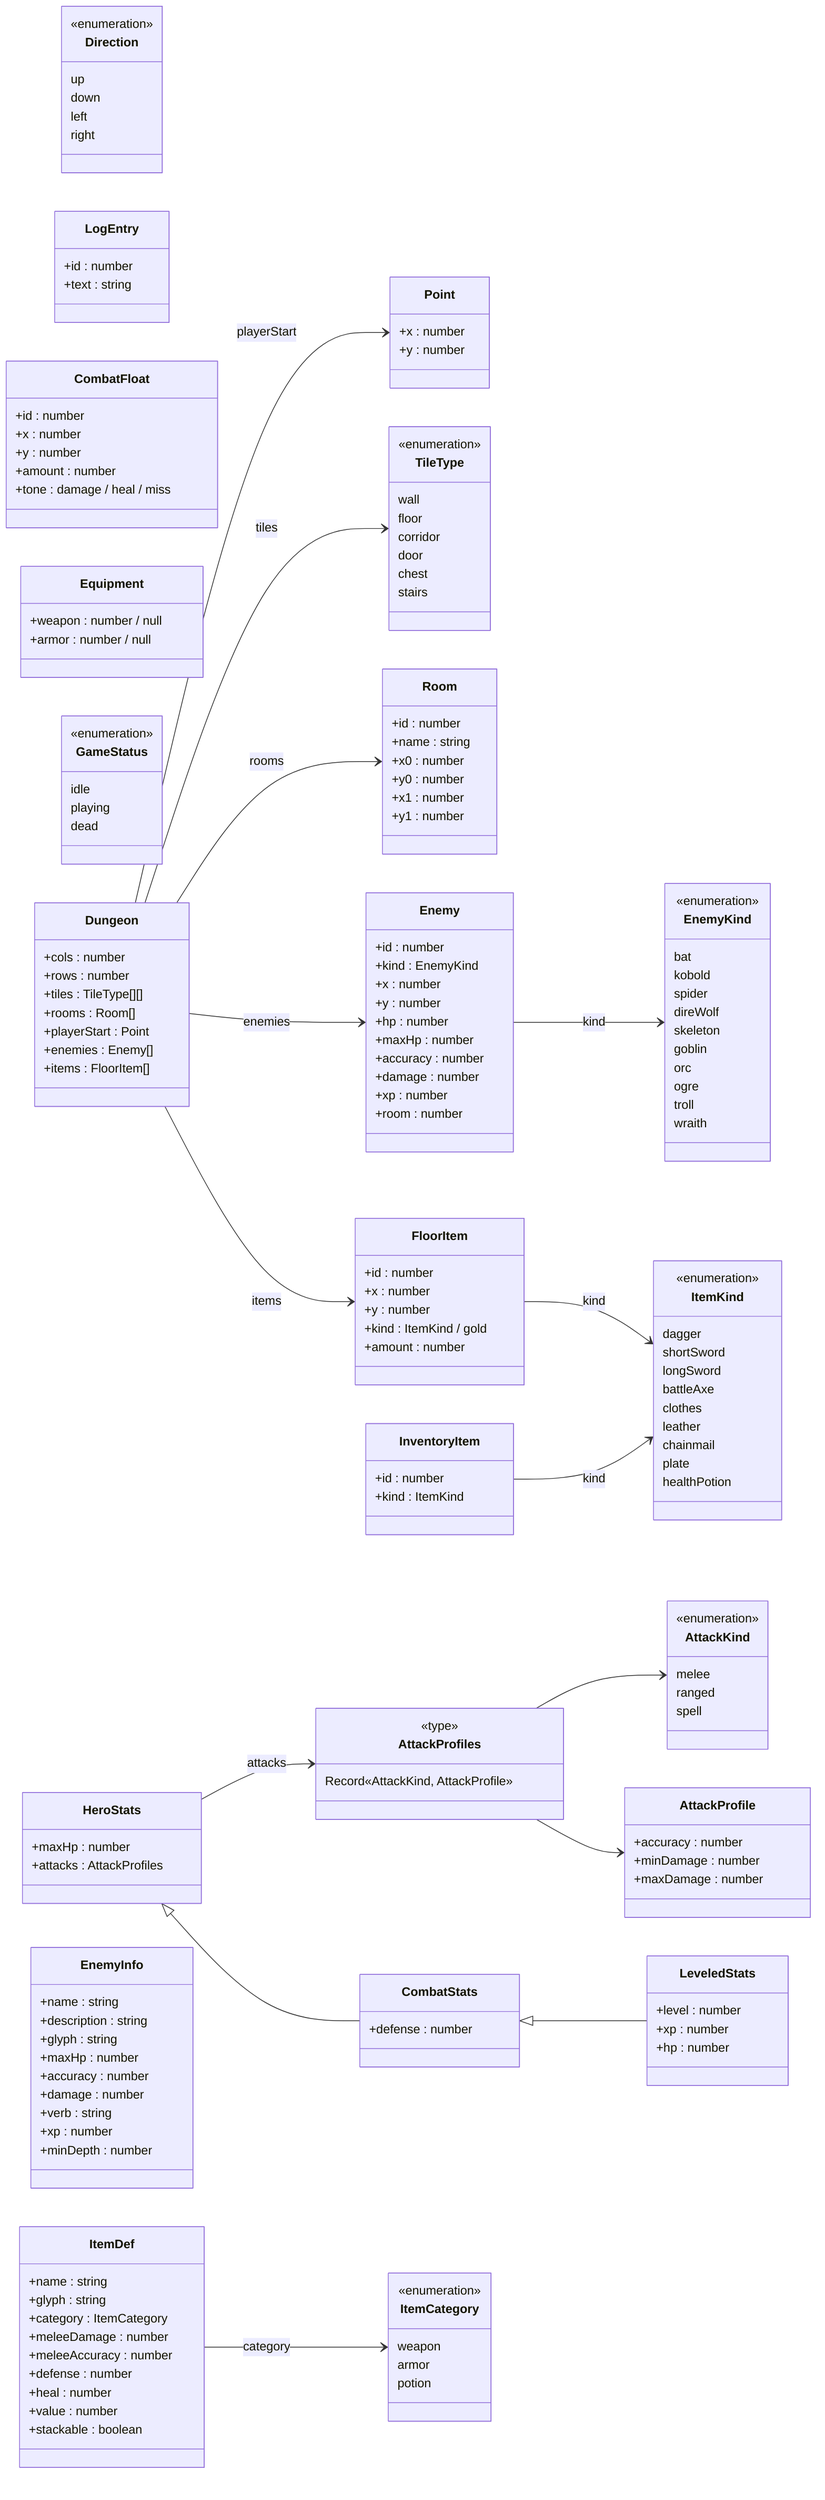
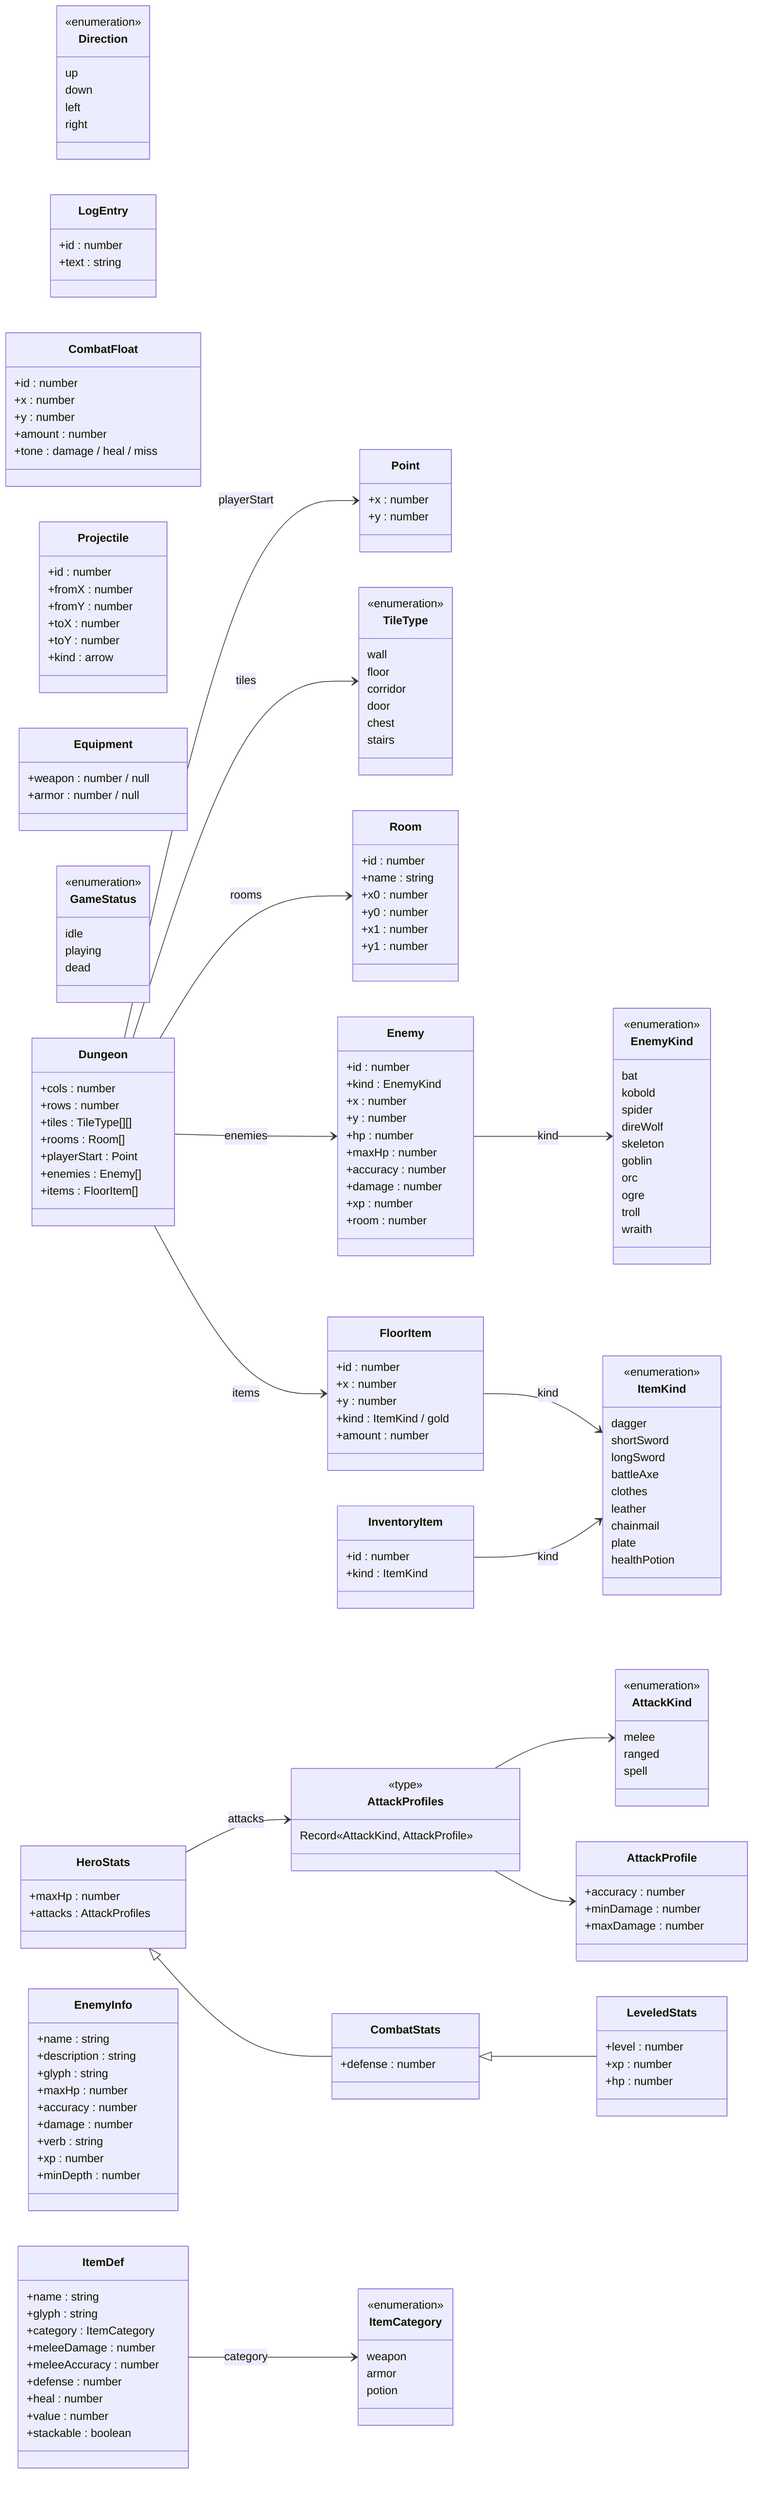
classDiagram
  direction LR
  class Point {
    +x : number
    +y : number
  }
  class Direction {
    <<enumeration>>
    up
    down
    left
    right
  }
  class TileType {
    <<enumeration>>
    wall
    floor
    corridor
    door
    chest
    stairs
  }
  class Room {
    +id : number
    +name : string
    +x0 : number
    +y0 : number
    +x1 : number
    +y1 : number
  }
  class LogEntry {
    +id : number
    +text : string
  }
  class CombatFloat {
    +id : number
    +x : number
    +y : number
    +amount : number
    +tone : damage / heal / miss
+   }
+   class Projectile {
+     +id : number
+     +fromX : number
+     +fromY : number
+     +toX : number
+     +toY : number
+     +kind : arrow
  }
  class InventoryItem {
    +id : number
    +kind : ItemKind
  }
  class FloorItem {
    +id : number
    +x : number
    +y : number
    +kind : ItemKind / gold
    +amount : number
  }
  class Equipment {
    +weapon : number / null
    +armor : number / null
  }
  class AttackKind {
    <<enumeration>>
    melee
    ranged
    spell
  }
  class AttackProfile {
    +accuracy : number
    +minDamage : number
    +maxDamage : number
  }
  class AttackProfiles {
    <<type>>
    Record«AttackKind, AttackProfile»
  }
  class Enemy {
    +id : number
    +kind : EnemyKind
    +x : number
    +y : number
    +hp : number
    +maxHp : number
    +accuracy : number
    +damage : number
    +xp : number
    +room : number
  }
  class GameStatus {
    <<enumeration>>
    idle
    playing
    dead
  }
  class HeroStats {
    +maxHp : number
    +attacks : AttackProfiles
  }
  class CombatStats {
    +defense : number
  }
  class LeveledStats {
    +level : number
    +xp : number
    +hp : number
  }
  class Dungeon {
    +cols : number
    +rows : number
    +tiles : TileType[][]
    +rooms : Room[]
    +playerStart : Point
    +enemies : Enemy[]
    +items : FloorItem[]
  }
  class EnemyKind {
    <<enumeration>>
    bat
    kobold
    spider
    direWolf
    skeleton
    goblin
    orc
    ogre
    troll
    wraith
  }
  class EnemyInfo {
    +name : string
    +description : string
    +glyph : string
    +maxHp : number
    +accuracy : number
    +damage : number
    +verb : string
    +xp : number
    +minDepth : number
  }
  class ItemCategory {
    <<enumeration>>
    weapon
    armor
    potion
  }
  class ItemKind {
    <<enumeration>>
    dagger
    shortSword
    longSword
    battleAxe
    clothes
    leather
    chainmail
    plate
    healthPotion
  }
  class ItemDef {
    +name : string
    +glyph : string
    +category : ItemCategory
    +meleeDamage : number
    +meleeAccuracy : number
    +defense : number
    +heal : number
    +value : number
    +stackable : boolean
  }
  InventoryItem --> ItemKind : kind
  FloorItem --> ItemKind : kind
  AttackProfiles --> AttackKind
  AttackProfiles --> AttackProfile
  Enemy --> EnemyKind : kind
  HeroStats --> AttackProfiles : attacks
  HeroStats <|-- CombatStats
  CombatStats <|-- LeveledStats
  Dungeon --> TileType : tiles
  Dungeon --> Room : rooms
  Dungeon --> Point : playerStart
  Dungeon --> Enemy : enemies
  Dungeon --> FloorItem : items
  ItemDef --> ItemCategory : category
